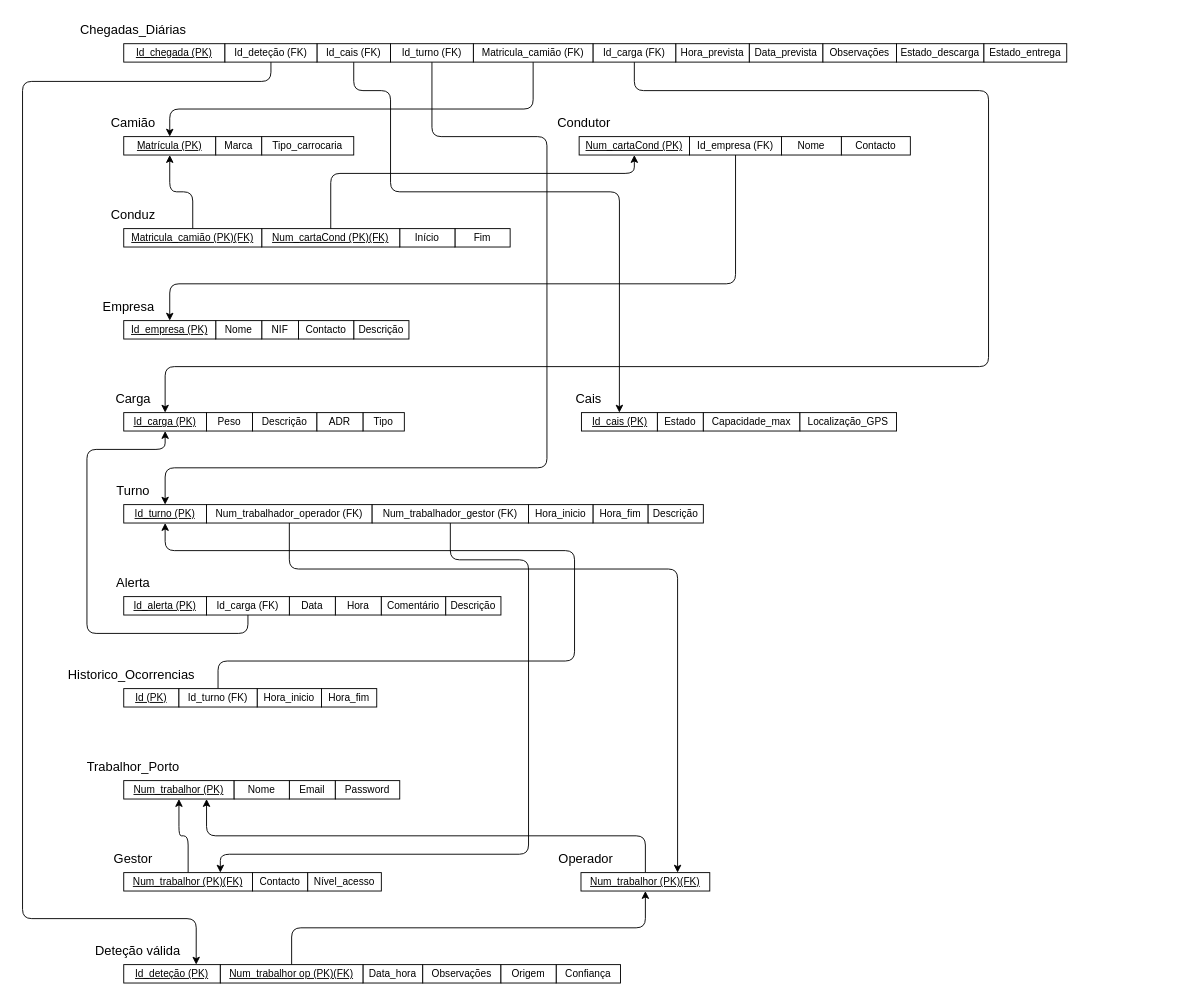
Earlier version of the draw.io diagram docs/BD/Relacional/ER-BD-IntelligentLogistics.drawio (PEI-HAZARDS/IntelligentLogistics). Source tidied: cells renumbered, new cells numbered last; positions are measured from the earlier drawing's top-left corner, leaving out a move shared by most shapes. Both pictures are drawn from the tidied source at 92%, with x=0, y=0 at pixel (22, 16).
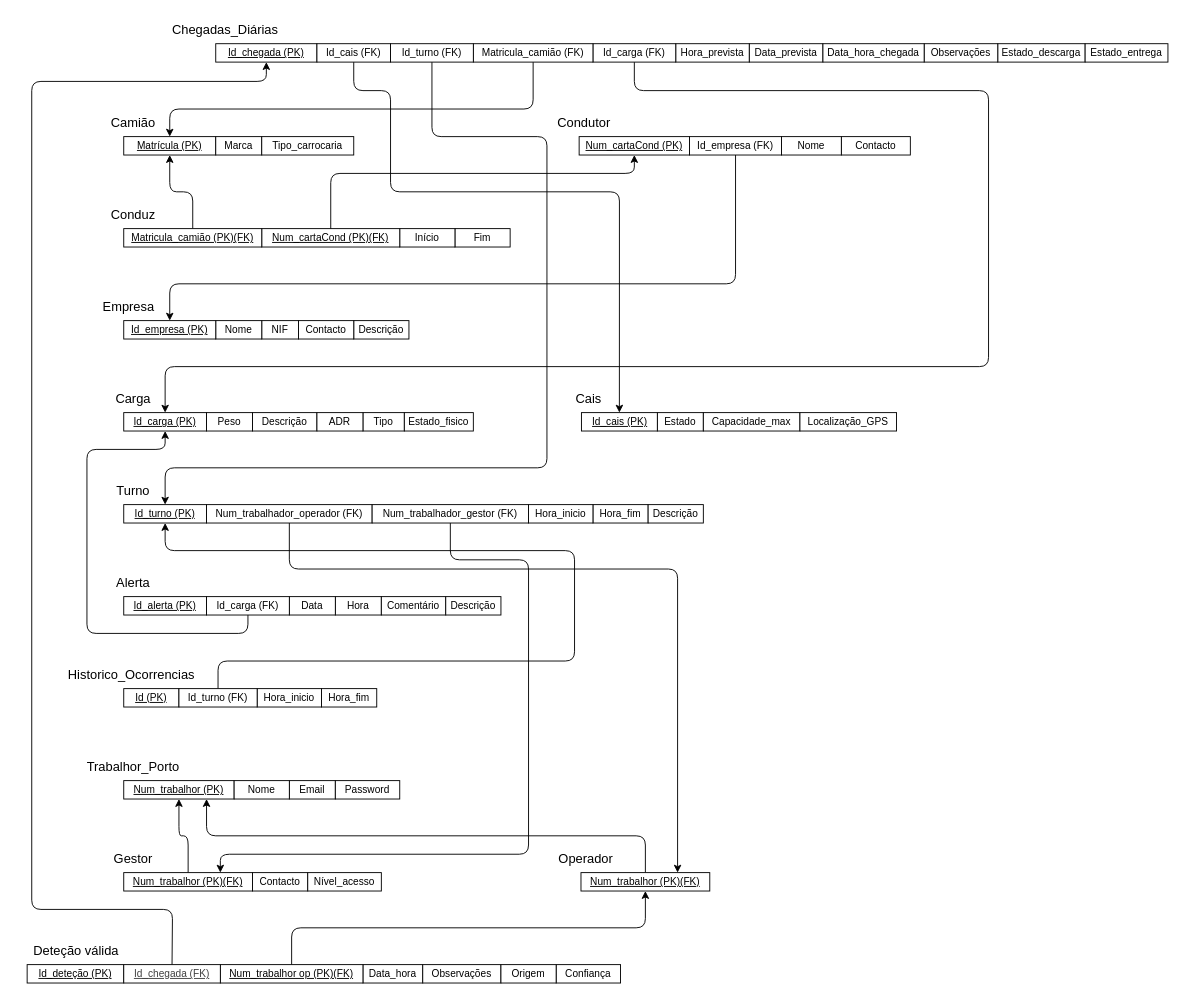
The same diagram, later.

Change to the diagram source:
```diff
@@
     <mxCell id="10" value="&lt;font style=&quot;font-size: 11px;&quot;&gt;&lt;u&gt;Id_chegada (PK)&lt;/u&gt;&lt;/font&gt;" style="rounded=0;whiteSpace=wrap;html=1;" parent="1" vertex="1">
-      <mxGeometry x="110" y="30" width="110" height="20" as="geometry" />
+      <mxGeometry x="210" y="30" width="110" height="20" as="geometry" />
     </mxCell>
@@
     <mxCell id="36" value="&lt;font style=&quot;font-size: 14px;&quot;&gt;Chegadas_Diárias&lt;/font&gt;" style="text;html=1;align=center;verticalAlign=middle;strokeColor=none;fillColor=none;" parent="1" vertex="1">
-      <mxGeometry x="50" width="140" height="30" as="geometry" />
+      <mxGeometry x="150" width="140" height="30" as="geometry" />
     </mxCell>
@@
     <mxCell id="64" value="&lt;font style=&quot;font-size: 11px;&quot;&gt;&lt;u&gt;Id_deteção (PK)&lt;/u&gt;&lt;/font&gt;" style="rounded=0;whiteSpace=wrap;html=1;" parent="1" vertex="1">
-      <mxGeometry x="110" y="1031" width="105" height="20" as="geometry" />
+      <mxGeometry x="5" y="1031" width="105" height="20" as="geometry" />
     </mxCell>
@@
     <mxCell id="68" value="&lt;font style=&quot;font-size: 14px;&quot;&gt;Deteção válida&lt;/font&gt;" style="text;html=1;align=center;verticalAlign=middle;strokeColor=none;fillColor=none;" parent="1" vertex="1">
-      <mxGeometry x="65" y="1001" width="120" height="30" as="geometry" />
+      <mxGeometry x="-2.5" y="1001" width="120" height="30" as="geometry" />
     </mxCell>
@@
     <mxCell id="71" value="&lt;font style=&quot;font-size: 11px;&quot;&gt;Estado_descarga&lt;/font&gt;" style="rounded=0;whiteSpace=wrap;html=1;" parent="1" vertex="1">
-      <mxGeometry x="950" y="30" width="95" height="20" as="geometry" />
+      <mxGeometry x="1060" y="30" width="95" height="20" as="geometry" />
     </mxCell>
@@
-    <mxCell id="73" style="edgeStyle=orthogonalEdgeStyle;html=1;exitX=0.5;exitY=1;exitDx=0;exitDy=0;entryX=0.75;entryY=0;entryDx=0;entryDy=0;" parent="1" edge="1" source="74" target="64">
-      <mxGeometry relative="1" as="geometry">
-        <Array as="points">
-          <mxPoint x="270" y="71" />
-          <mxPoint y="71" />
-          <mxPoint y="981" />
-          <mxPoint x="189" y="981" />
-        </Array>
-      </mxGeometry>
-    </mxCell>
-    <mxCell id="74" value="&lt;font style=&quot;font-size: 11px;&quot;&gt;Id_deteção (FK)&lt;/font&gt;" style="rounded=0;whiteSpace=wrap;html=1;" parent="1" vertex="1">
-      <mxGeometry x="220" y="30" width="100" height="20" as="geometry" />
-    </mxCell>
@@
     <mxCell id="78" value="&lt;font style=&quot;font-size: 11px;&quot;&gt;Observações&lt;/font&gt;" style="rounded=0;whiteSpace=wrap;html=1;" parent="1" vertex="1">
-      <mxGeometry x="870" y="30" width="80" height="20" as="geometry" />
+      <mxGeometry x="980" y="30" width="80" height="20" as="geometry" />
     </mxCell>
     <mxCell id="79" value="&lt;font style=&quot;font-size: 11px;&quot;&gt;Estado_entrega&lt;/font&gt;" style="rounded=0;whiteSpace=wrap;html=1;" parent="1" vertex="1">
-      <mxGeometry x="1045" y="30" width="90" height="20" as="geometry" />
+      <mxGeometry x="1155" y="30" width="90" height="20" as="geometry" />
     </mxCell>
@@
+    <mxCell id="97" value="&lt;font style=&quot;font-size: 11px;&quot;&gt;Estado_fisico&lt;/font&gt;" style="rounded=0;whiteSpace=wrap;html=1;" parent="1" vertex="1">
+      <mxGeometry x="415" y="431" width="75" height="20" as="geometry" />
+    </mxCell>
+    <mxCell id="98" style="edgeStyle=none;html=1;exitX=0.5;exitY=0;exitDx=0;exitDy=0;entryX=0.5;entryY=1;entryDx=0;entryDy=0;" parent="1" edge="1" source="99" target="10">
+      <mxGeometry relative="1" as="geometry">
+        <Array as="points">
+          <mxPoint x="163" y="971" />
+          <mxPoint x="10" y="971" />
+          <mxPoint x="10" y="71" />
+          <mxPoint x="265" y="71" />
+        </Array>
+      </mxGeometry>
+    </mxCell>
+    <mxCell id="99" value="&lt;u style=&quot;color: rgb(63, 63, 63); scrollbar-color: rgb(226, 226, 226) rgb(251, 251, 251); font-size: 11px;&quot;&gt;Id_chegada (FK)&lt;/u&gt;" style="rounded=0;whiteSpace=wrap;html=1;" parent="1" vertex="1">
+      <mxGeometry x="110" y="1031" width="105" height="20" as="geometry" />
+    </mxCell>
+    <mxCell id="100" value="&lt;font style=&quot;font-size: 11px;&quot;&gt;Data_hora_chegada&lt;/font&gt;" style="rounded=0;whiteSpace=wrap;html=1;" parent="1" vertex="1">
+      <mxGeometry x="870" y="30" width="110" height="20" as="geometry" />
+    </mxCell>
```
